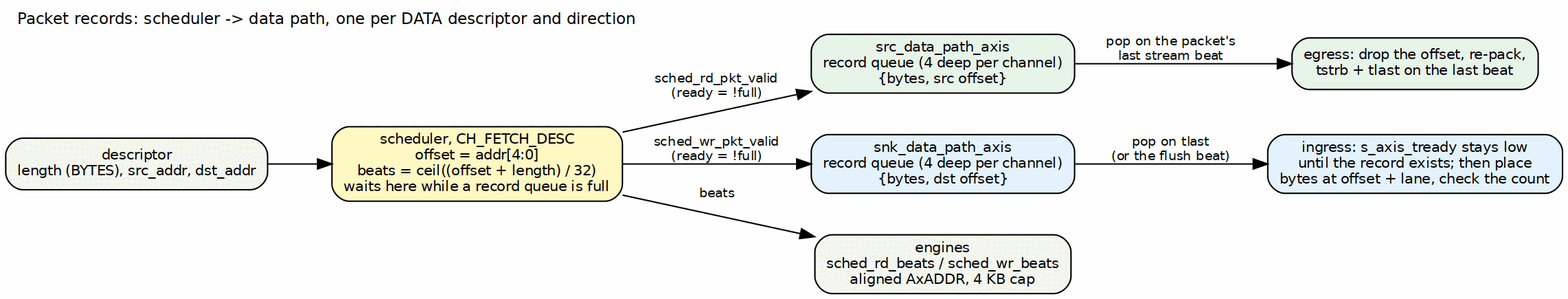
The Graphviz diagram projects/components/dma-ip/rapids/docs/rapids_has/assets/graphviz/03_packet_record_flow.png in sean-galloway/RTLDesignSherpa, before a commit. Its source is kept beside it as projects/components/dma-ip/rapids/docs/rapids_has/assets/graphviz/03_packet_record_flow.dot.
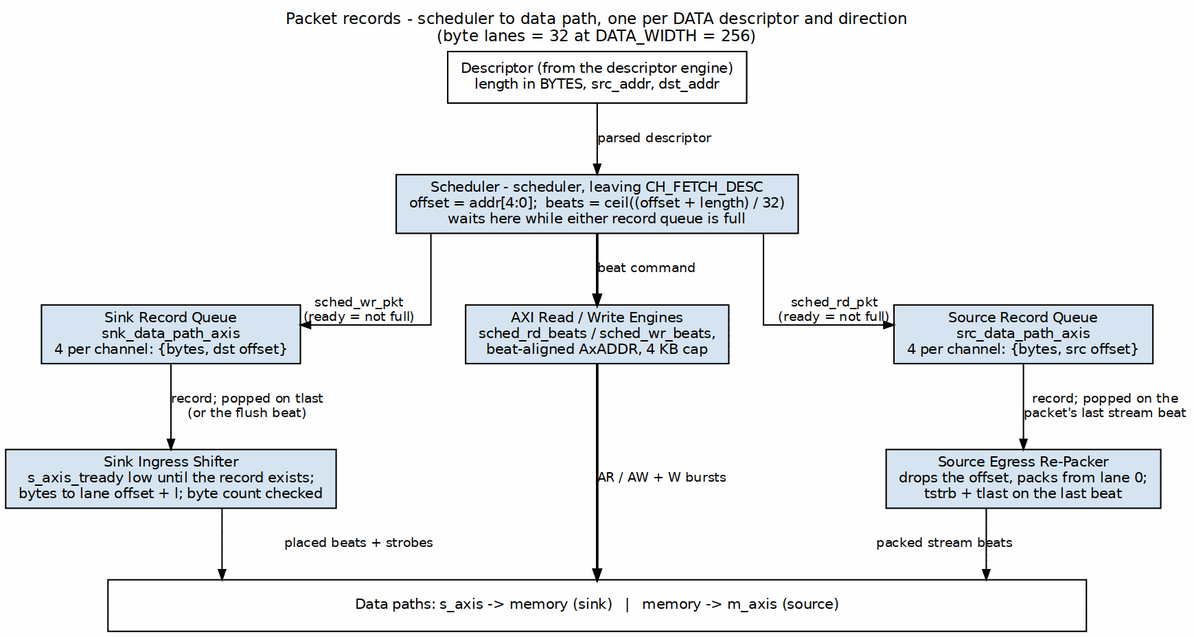
Later version of the same file.

What changed in the source:
```diff
@@ -1,21 +1,32 @@
 digraph packet_record_flow {
-    graph [rankdir=LR, fontname="Helvetica", fontsize=11, nodesep=0.4, ranksep=0.6,
-           label="Packet records: scheduler -> data path, one per DATA descriptor and direction", labelloc=t, labeljust=l];
-    node  [shape=box, style="rounded,filled", fillcolor="#f4f4f4", fontname="Helvetica", fontsize=10];
-    edge  [fontname="Helvetica", fontsize=9];
+    graph [rankdir=TB, bgcolor="white", fontname="Helvetica", fontsize=11,
+           nodesep="0.80", ranksep="0.55", splines=ortho,
+           label="Packet records - scheduler to data path, one per DATA descriptor and direction\n(byte lanes = 32 at DATA_WIDTH = 256)",
+           labelloc=t, labeljust=c];
+    node  [fontname="Helvetica", fontsize=10, shape=box, style=filled,
+           fillcolor="#D6E4F0", color="black", margin="0.12,0.06"];
+    edge  [fontname="Helvetica", fontsize=9, color="black", arrowsize=0.7];
 
-    desc  [label="descriptor\nlength (BYTES), src_addr, dst_addr"];
-    sched [label="scheduler, CH_FETCH_DESC\noffset = addr[4:0]\nbeats = ceil((offset + length) / 32)\nwaits here while a record queue is full", fillcolor="#fff9c4"];
-    q_rd  [label="src_data_path_axis\nrecord queue (4 deep per channel)\n{bytes, src offset}", fillcolor="#e8f5e9"];
-    q_wr  [label="snk_data_path_axis\nrecord queue (4 deep per channel)\n{bytes, dst offset}", fillcolor="#e3f2fd"];
-    eng   [label="engines\nsched_rd_beats / sched_wr_beats\naligned AxADDR, 4 KB cap"];
-    egress[label="egress: drop the offset, re-pack,\ntstrb + tlast on the last beat", fillcolor="#e8f5e9"];
-    ingress[label="ingress: s_axis_tready stays low\nuntil the record exists; then place\nbytes at offset + lane, check the count", fillcolor="#e3f2fd"];
+    desc  [label="Descriptor (from the descriptor engine)\nlength in BYTES, src_addr, dst_addr", fillcolor="white", group=C];
+    sched [label="Scheduler - scheduler, leaving CH_FETCH_DESC\noffset = addr[4:0];  beats = ceil((offset + length) / 32)\nwaits here while either record queue is full", group=C];
+    q_wr  [label="Sink Record Queue\nsnk_data_path_axis\n4 per channel: {bytes, dst offset}", group=L];
+    eng   [label="AXI Read / Write Engines\nsched_rd_beats / sched_wr_beats,\nbeat-aligned AxADDR, 4 KB cap", group=C];
+    q_rd  [label="Source Record Queue\nsrc_data_path_axis\n4 per channel: {bytes, src offset}", group=R];
+    ingress [label="Sink Ingress Shifter\ns_axis_tready low until the record exists;\nbytes to lane offset + l; byte count checked", group=L];
+    egress  [label="Source Egress Re-Packer\ndrops the offset, packs from lane 0;\ntstrb + tlast on the last beat", group=R];
+    bar [label="Data paths: s_axis -> memory (sink)   |   memory -> m_axis (source)", fillcolor="white", width=9.5, group=C];
 
-    desc -> sched;
-    sched -> eng [label="beats"];
-    sched -> q_rd [label="sched_rd_pkt_valid\n(ready = !full)"];
-    sched -> q_wr [label="sched_wr_pkt_valid\n(ready = !full)"];
-    q_rd -> egress [label="pop on the packet's\nlast stream beat"];
-    q_wr -> ingress [label="pop on tlast\n(or the flush beat)"];
+    desc  -> sched [label="parsed descriptor"];
+    sched -> q_wr  [xlabel="sched_wr_pkt\n(ready = not full)"];
+    sched -> eng   [label="beat command", penwidth=1.8];
+    sched -> q_rd  [xlabel="sched_rd_pkt\n(ready = not full)"];
+    q_wr  -> ingress [label="record; popped on tlast\n(or the flush beat)"];
+    q_rd  -> egress  [label="record; popped on the\npacket's last stream beat"];
+    ingress -> bar [label="placed beats + strobes"];
+    eng -> bar [label="AR / AW + W bursts", penwidth=1.8];
+    egress -> bar [label="packed stream beats"];
+
+    { rank=same; q_wr; eng; q_rd; }
+    q_wr -> eng -> q_rd [style=invis];
+    { rank=same; ingress; egress; }
 }
```
